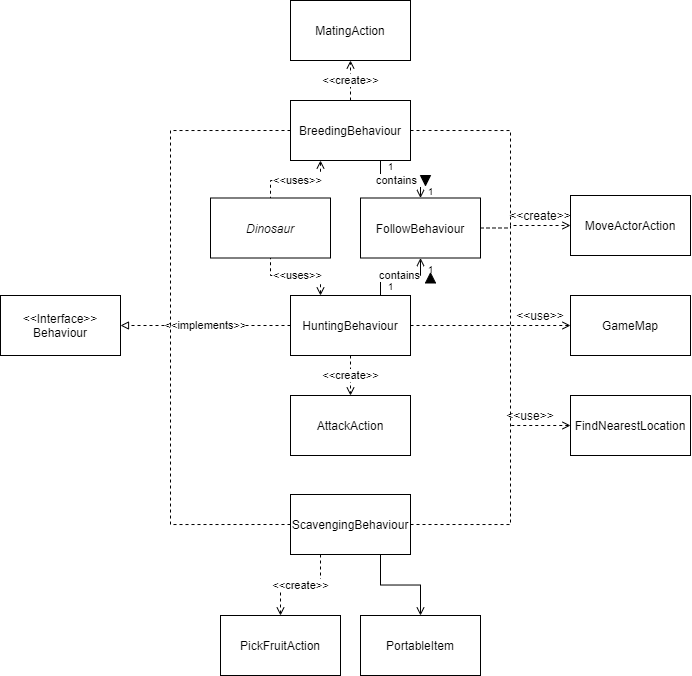
This is docs/FIT2099_A1_UML_Behaviour.png from Nochl/Jurrasic_Park_Sim, a draw.io export, as it was before one commit. Source tidied: cells renumbered, new cells last; positions are measured from the earlier drawing's top-left corner, leaving out a move shared by most shapes.
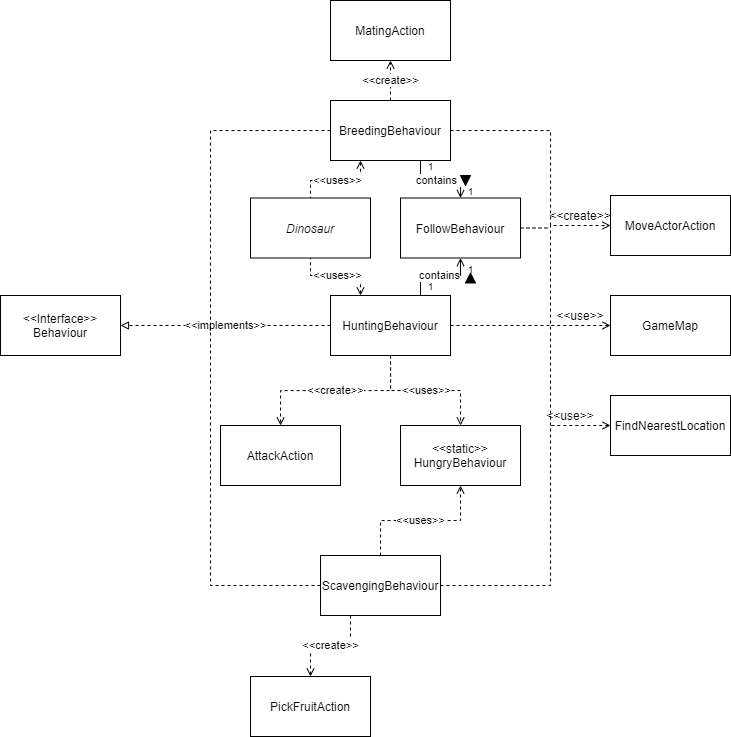
Above is the later version.

Commit message:
Added static keyword in all static classes

Diff of the diagram source:
```diff
@@ -31,23 +31,26 @@
     <mxCell id="9" value="&amp;lt;&amp;lt;implements&amp;gt;&amp;gt;" style="edgeStyle=orthogonalEdgeStyle;rounded=0;jettySize=auto;html=1;exitX=0;exitY=0.5;exitDx=0;exitDy=0;entryX=1;entryY=0.5;entryDx=0;entryDy=0;dashed=1;endArrow=block;endFill=0;" parent="1" edge="1" source="10" target="14">
       <mxGeometry relative="1" as="geometry" />
     </mxCell>
+    <mxCell id="43" value="&amp;lt;&amp;lt;uses&amp;gt;&amp;gt;" style="edgeStyle=orthogonalEdgeStyle;rounded=0;jettySize=auto;html=1;exitX=0.5;exitY=1;exitDx=0;exitDy=0;dashed=1;endArrow=open;endFill=0;" parent="1" edge="1" source="10" target="45">
+      <mxGeometry relative="1" as="geometry" />
+    </mxCell>
     <mxCell id="10" value="HuntingBehaviour" style="whiteSpace=wrap;html=1;" parent="1" vertex="1">
       <mxGeometry x="290" y="295" width="120" height="60" as="geometry" />
     </mxCell>
     <mxCell id="11" value="&amp;lt;&amp;lt;create&amp;gt;&amp;gt;" style="edgeStyle=orthogonalEdgeStyle;rounded=0;jettySize=auto;html=1;entryX=0.5;entryY=0;entryDx=0;entryDy=0;dashed=1;endArrow=open;endFill=0;exitX=0.25;exitY=1;exitDx=0;exitDy=0;" parent="1" edge="1" source="13" target="18">
       <mxGeometry relative="1" as="geometry" />
     </mxCell>
-    <mxCell id="12" style="edgeStyle=orthogonalEdgeStyle;rounded=0;jettySize=auto;html=1;exitX=0.75;exitY=1;exitDx=0;exitDy=0;entryX=0.5;entryY=0;entryDx=0;entryDy=0;startArrow=none;startFill=0;endArrow=open;endFill=0;" parent="1" edge="1" source="13" target="20">
-      <mxGeometry relative="1" as="geometry" />
-    </mxCell>
+    <mxCell id="44" value="&amp;lt;&amp;lt;uses&amp;gt;&amp;gt;" style="edgeStyle=orthogonalEdgeStyle;rounded=0;jettySize=auto;html=1;exitX=0.5;exitY=0;exitDx=0;exitDy=0;entryX=0.5;entryY=1;entryDx=0;entryDy=0;dashed=1;endArrow=open;endFill=0;" parent="1" edge="1" source="13" target="45">
+      <mxGeometry relative="1" as="geometry" />
+    </mxCell>
     <mxCell id="13" value="ScavengingBehaviour" style="whiteSpace=wrap;html=1;" parent="1" vertex="1">
-      <mxGeometry x="290" y="494" width="120" height="60" as="geometry" />
+      <mxGeometry x="280" y="555" width="120" height="60" as="geometry" />
     </mxCell>
     <mxCell id="14" value="&amp;lt;&amp;lt;Interface&amp;gt;&amp;gt;&lt;br&gt;Behaviour" style="whiteSpace=wrap;html=1;" parent="1" vertex="1">
-      <mxGeometry y="295" width="120" height="60" as="geometry" />
+      <mxGeometry x="-40" y="295" width="120" height="60" as="geometry" />
     </mxCell>
     <mxCell id="15" value="AttackAction" style="whiteSpace=wrap;html=1;" parent="1" vertex="1">
-      <mxGeometry x="290" y="395" width="120" height="60" as="geometry" />
+      <mxGeometry x="180" y="425" width="120" height="60" as="geometry" />
     </mxCell>
     <mxCell id="16" value="MoveActorAction" style="whiteSpace=wrap;html=1;" parent="1" vertex="1">
       <mxGeometry x="570" y="195" width="120" height="60" as="geometry" />
@@ -56,14 +59,11 @@
       <mxGeometry x="570" y="295" width="120" height="60" as="geometry" />
     </mxCell>
     <mxCell id="18" value="PickFruitAction" style="whiteSpace=wrap;html=1;" parent="1" vertex="1">
-      <mxGeometry x="220" y="615" width="120" height="60" as="geometry" />
+      <mxGeometry x="210" y="676" width="120" height="60" as="geometry" />
     </mxCell>
     <mxCell id="19" value="MatingAction" style="whiteSpace=wrap;html=1;" parent="1" vertex="1">
       <mxGeometry x="290" width="120" height="60" as="geometry" />
     </mxCell>
-    <mxCell id="20" value="PortableItem" style="whiteSpace=wrap;html=1;" parent="1" vertex="1">
-      <mxGeometry x="360" y="615" width="120" height="60" as="geometry" />
-    </mxCell>
     <mxCell id="21" value="&lt;i&gt;Dinosaur&lt;/i&gt;" style="whiteSpace=wrap;html=1;" parent="1" vertex="1">
       <mxGeometry x="210" y="197.5" width="120" height="60" as="geometry" />
     </mxCell>
@@ -152,5 +152,8 @@
     <mxCell id="42" style="triangle;whiteSpace=wrap;html=1;fillColor=#000000;direction=north;" parent="1" vertex="1">
       <mxGeometry x="425" y="272.5" width="10" height="10" as="geometry" />
     </mxCell>
+    <mxCell id="45" value="&amp;lt;&amp;lt;static&amp;gt;&amp;gt;&lt;br&gt;HungryBehaviour" style="whiteSpace=wrap;html=1;" parent="1" vertex="1">
+      <mxGeometry x="360" y="425" width="120" height="60" as="geometry" />
+    </mxCell>
   </root>
 </mxGraphModel>
```
